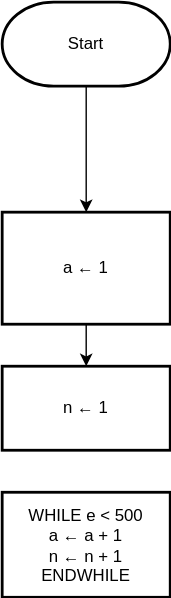
Earlier version of the draw.io export 24-09-2024 assignment.drawio.svg (tungstengmd/drawio-diagrams). Source tidied: cells renumbered, new cells last; positions are measured from the earlier drawing's top-left corner, leaving out a move shared by most shapes.
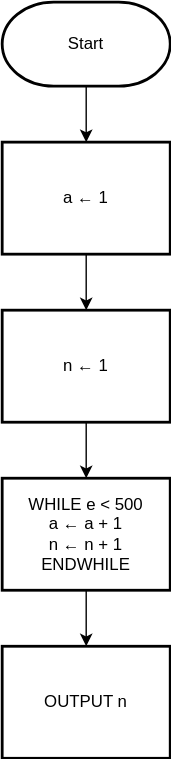
After the commit.

What changed in the source:
```diff
@@ -6,7 +6,7 @@
       <mxGeometry relative="1" as="geometry" />
     </mxCell>
     <mxCell id="3" value="&lt;font face=&quot;Helvetica&quot;&gt;Start&lt;/font&gt;" style="strokeWidth=2;html=1;shape=mxgraph.flowchart.terminator;whiteSpace=wrap;hachureGap=4;fontFamily=Architects Daughter;fontSource=https%3A%2F%2Ffonts.googleapis.com%2Fcss%3Ffamily%3DArchitects%2BDaughter;" parent="1" vertex="1">
-      <mxGeometry width="120" height="60" as="geometry" />
+      <mxGeometry y="50" width="120" height="60" as="geometry" />
     </mxCell>
     <mxCell id="4" style="edgeStyle=orthogonalEdgeStyle;rounded=0;jettySize=auto;html=1;" parent="1" edge="1" source="5" target="7">
       <mxGeometry relative="1" as="geometry" />
@@ -14,11 +14,20 @@
     <mxCell id="5" value="&lt;p&gt;&lt;font face=&quot;Helvetica&quot;&gt;a ← 1&lt;/font&gt;&lt;/p&gt;" style="whiteSpace=wrap;html=1;fontFamily=Architects Daughter;strokeWidth=2;hachureGap=4;fontSource=https%3A%2F%2Ffonts.googleapis.com%2Fcss%3Ffamily%3DArchitects%2BDaughter;" parent="1" vertex="1">
       <mxGeometry y="150" width="120" height="80" as="geometry" />
     </mxCell>
+    <mxCell id="8" style="edgeStyle=orthogonalEdgeStyle;rounded=0;jettySize=auto;html=1;" parent="1" edge="1" source="6" target="10">
+      <mxGeometry relative="1" as="geometry" />
+    </mxCell>
     <mxCell id="6" value="&lt;font face=&quot;Helvetica&quot;&gt;WHILE e &amp;lt; 500&lt;/font&gt;&lt;div&gt;&lt;font face=&quot;Helvetica&quot;&gt;a ← a + 1&lt;/font&gt;&lt;/div&gt;&lt;div&gt;&lt;font face=&quot;Helvetica&quot;&gt;n ← n + 1&lt;/font&gt;&lt;/div&gt;&lt;div&gt;&lt;font face=&quot;Helvetica&quot;&gt;ENDWHILE&lt;/font&gt;&lt;/div&gt;" style="whiteSpace=wrap;html=1;fontFamily=Architects Daughter;strokeWidth=2;hachureGap=4;fontSource=https%3A%2F%2Ffonts.googleapis.com%2Fcss%3Ffamily%3DArchitects%2BDaughter;" parent="1" vertex="1">
-      <mxGeometry y="350" width="120" height="75" as="geometry" />
+      <mxGeometry y="390" width="120" height="80" as="geometry" />
     </mxCell>
+    <mxCell id="9" style="edgeStyle=orthogonalEdgeStyle;rounded=0;jettySize=auto;html=1;" parent="1" edge="1" source="7" target="6">
+      <mxGeometry relative="1" as="geometry" />
+    </mxCell>
     <mxCell id="7" value="&lt;font face=&quot;Helvetica&quot;&gt;n ← 1&lt;/font&gt;" style="whiteSpace=wrap;html=1;fontFamily=Architects Daughter;strokeWidth=2;hachureGap=4;fontSource=https%3A%2F%2Ffonts.googleapis.com%2Fcss%3Ffamily%3DArchitects%2BDaughter;" parent="1" vertex="1">
-      <mxGeometry y="260" width="120" height="60" as="geometry" />
+      <mxGeometry y="270" width="120" height="80" as="geometry" />
     </mxCell>
+    <mxCell id="10" value="&lt;font face=&quot;Helvetica&quot;&gt;OUTPUT n&lt;/font&gt;" style="whiteSpace=wrap;html=1;fontFamily=Architects Daughter;strokeWidth=2;hachureGap=4;fontSource=https%3A%2F%2Ffonts.googleapis.com%2Fcss%3Ffamily%3DArchitects%2BDaughter;" parent="1" vertex="1">
+      <mxGeometry y="510" width="120" height="80" as="geometry" />
+    </mxCell>
   </root>
 </mxGraphModel>
```
